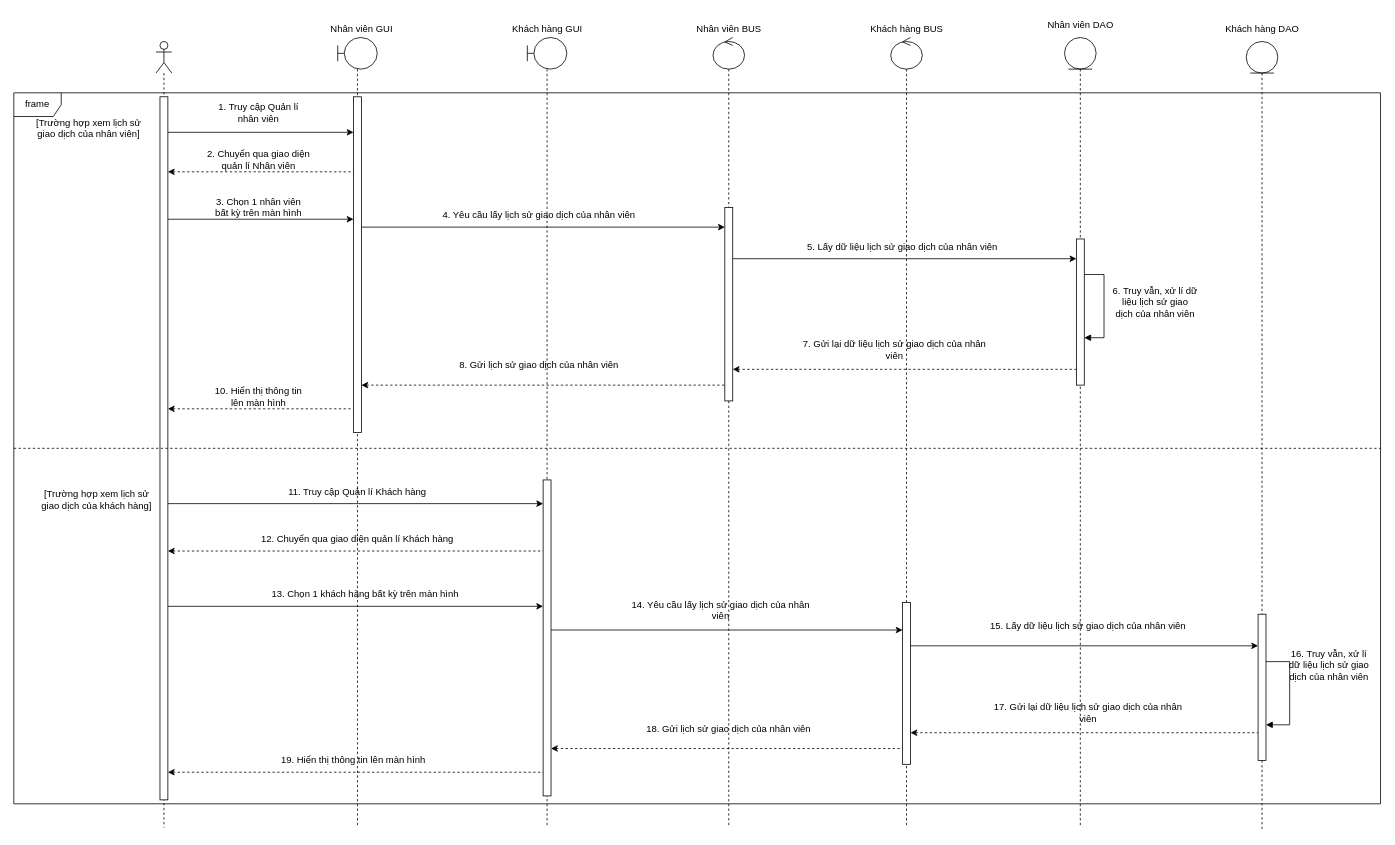
The draw.io diagram Sequence Diagrams/Quân Phạm/SD_XemLịchSửGiaoDịch.drawio in EdgarIgnite16/OOAD-Project, before the edit. Source tidied: cells renumbered, new cells numbered last; positions are measured from the earlier drawing's top-left corner, leaving out a move shared by most shapes. Both pictures are drawn from the tidied source at 79%, with x=0, y=0 at pixel (13, 13).
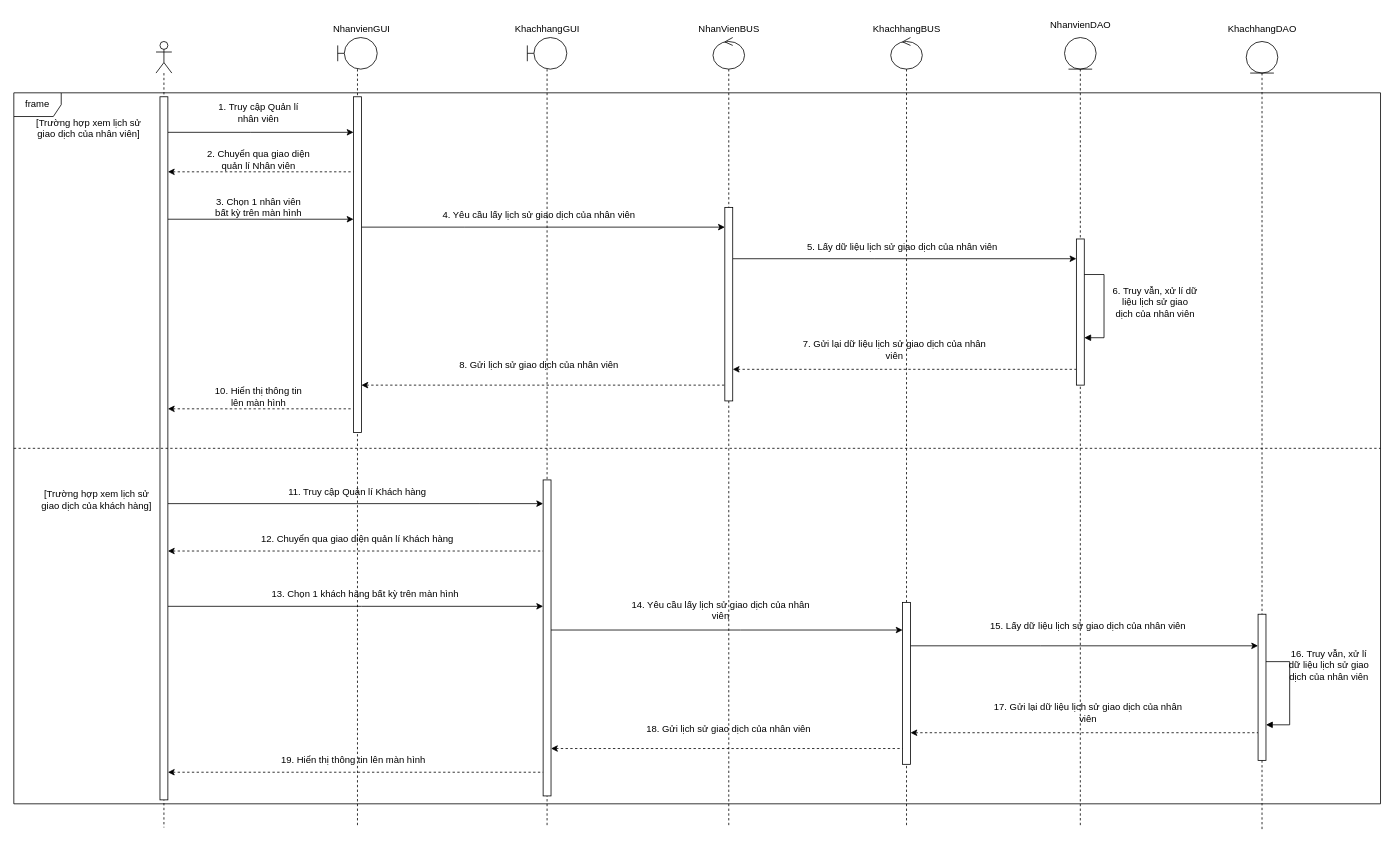
After the change.

Diff of the diagram source:
```diff
@@
-    <mxCell id="52" value="Nhân viên GUI" style="text;html=1;align=center;verticalAlign=middle;strokeColor=none;fillColor=none;" parent="1" vertex="1">
-      <mxGeometry x="390" y="5" width="100" height="30" as="geometry" />
+    <mxCell id="52" value="NhanvienGUI" style="text;html=1;align=center;verticalAlign=middle;strokeColor=none;fillColor=none;" parent="1" vertex="1">
+      <mxGeometry x="395" y="10" width="90" height="20" as="geometry" />
     </mxCell>
-    <mxCell id="53" value="Khách hàng GUI" style="text;html=1;align=center;verticalAlign=middle;strokeColor=none;fillColor=none;" parent="1" vertex="1">
-      <mxGeometry x="620" y="5" width="110" height="30" as="geometry" />
+    <mxCell id="53" value="KhachhangGUI" style="text;html=1;align=center;verticalAlign=middle;strokeColor=none;fillColor=none;" parent="1" vertex="1">
+      <mxGeometry x="625" y="10" width="100" height="20" as="geometry" />
     </mxCell>
-    <mxCell id="54" value="Nhân viên BUS" style="text;html=1;align=center;verticalAlign=middle;strokeColor=none;fillColor=none;" parent="1" vertex="1">
-      <mxGeometry x="850" y="5" width="110" height="30" as="geometry" />
+    <mxCell id="54" value="NhanVienBUS" style="text;html=1;align=center;verticalAlign=middle;strokeColor=none;fillColor=none;" parent="1" vertex="1">
+      <mxGeometry x="860" y="10" width="90" height="20" as="geometry" />
     </mxCell>
-    <mxCell id="55" value="Khách hàng BUS" style="text;html=1;align=center;verticalAlign=middle;strokeColor=none;fillColor=none;" parent="1" vertex="1">
-      <mxGeometry x="1070" y="5" width="120" height="30" as="geometry" />
+    <mxCell id="55" value="KhachhangBUS" style="text;html=1;align=center;verticalAlign=middle;strokeColor=none;fillColor=none;" parent="1" vertex="1">
+      <mxGeometry x="1080" y="10" width="100" height="20" as="geometry" />
     </mxCell>
-    <mxCell id="56" value="Nhân viên DAO" style="text;html=1;align=center;verticalAlign=middle;strokeColor=none;fillColor=none;" parent="1" vertex="1">
-      <mxGeometry x="1295" width="110" height="30" as="geometry" />
+    <mxCell id="56" value="NhanvienDAO" style="text;html=1;align=center;verticalAlign=middle;strokeColor=none;fillColor=none;" parent="1" vertex="1">
+      <mxGeometry x="1305" y="5" width="90" height="20" as="geometry" />
     </mxCell>
-    <mxCell id="57" value="Khách hàng DAO" style="text;html=1;align=center;verticalAlign=middle;strokeColor=none;fillColor=none;" parent="1" vertex="1">
-      <mxGeometry x="1520" y="5" width="120" height="30" as="geometry" />
+    <mxCell id="57" value="KhachhangDAO" style="text;html=1;align=center;verticalAlign=middle;strokeColor=none;fillColor=none;" parent="1" vertex="1">
+      <mxGeometry x="1530" y="10" width="100" height="20" as="geometry" />
     </mxCell>
```
